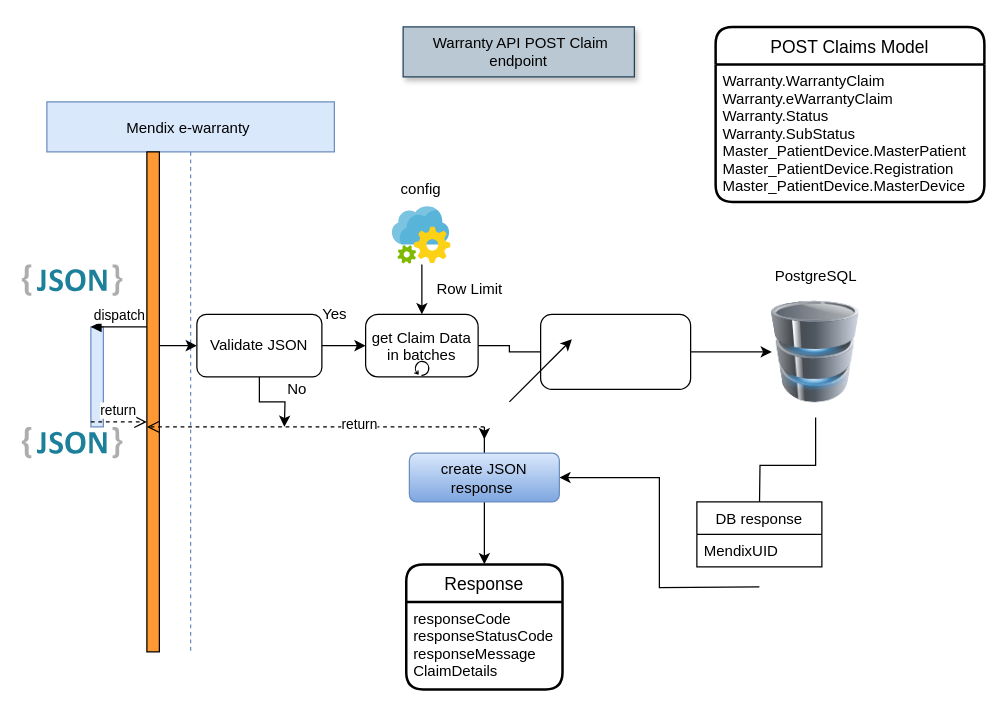
This is Untitled Diagram.drawio from MrMetalAddict/Retail-Mon, a draw.io file, before an edit. Source tidied: cells renumbered, new cells numbered last; positions are measured from the earlier drawing's top-left corner, leaving out a move shared by most shapes. Both pictures are drawn from the tidied source at 125%, with x=0, y=0 at pixel (21, 26).
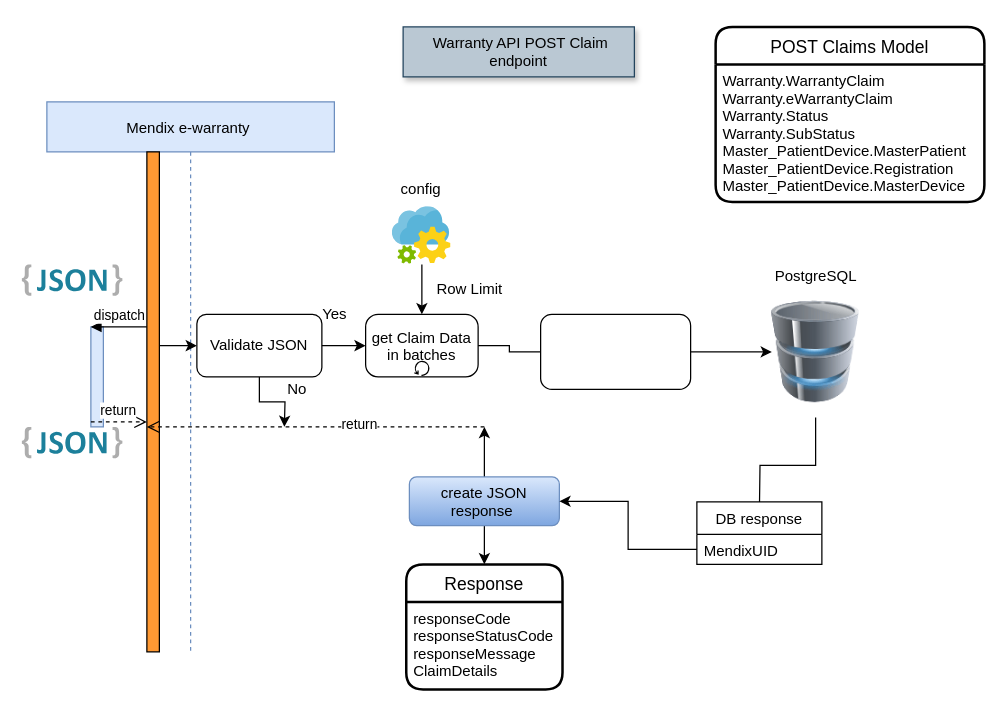
The same page after the edit.

What changed in the source:
```diff
@@
-    <mxCell id="8" style="edgeStyle=orthogonalEdgeStyle;rounded=0;jettySize=auto;html=1;entryX=1;entryY=0.5;entryDx=0;entryDy=0;startArrow=none;" parent="1" edge="1" target="26">
-      <mxGeometry relative="1" as="geometry">
-        <mxPoint x="590" y="448" as="sourcePoint" />
-      </mxGeometry>
-    </mxCell>
@@
-    <mxCell id="25" style="edgeStyle=orthogonalEdgeStyle;rounded=0;jettySize=auto;html=1;exitX=0.5;exitY=0;exitDx=0;exitDy=0;" parent="1" edge="1" source="26">
-      <mxGeometry relative="1" as="geometry">
-        <mxPoint x="370" y="330" as="targetPoint" />
-        <Array as="points">
-          <mxPoint x="370" y="320" />
-          <mxPoint x="370" y="320" />
-        </Array>
-      </mxGeometry>
-    </mxCell>
+    <mxCell id="49" style="edgeStyle=orthogonalEdgeStyle;rounded=0;jettySize=auto;html=1;exitX=0.5;exitY=0;exitDx=0;exitDy=0;" parent="1" edge="1" source="26">
+      <mxGeometry relative="1" as="geometry">
+        <mxPoint x="370" y="320" as="targetPoint" />
+      </mxGeometry>
+    </mxCell>
     <mxCell id="26" value="create JSON response&amp;nbsp;" style="rounded=1;whiteSpace=wrap;html=1;gradientColor=#7ea6e0;fillColor=#dae8fc;strokeColor=#6c8ebf;" parent="1" vertex="1">
-      <mxGeometry x="310" y="341" width="120" height="39" as="geometry" />
+      <mxGeometry x="310" y="360" width="120" height="39" as="geometry" />
     </mxCell>
@@
     <mxCell id="40" value="DB response" style="swimlane;fontStyle=0;horizontal=1;startSize=26;" parent="1" vertex="1">
-      <mxGeometry x="540" y="380" width="100" height="52" as="geometry" />
+      <mxGeometry x="540" y="380" width="100" height="50" as="geometry" />
     </mxCell>
     <mxCell id="41" value="MendixUID" style="text;strokeColor=none;fillColor=none;align=left;verticalAlign=top;spacingLeft=4;spacingRight=4;overflow=hidden;points=[[0,0.5],[1,0.5]];portConstraint=eastwest;" parent="40" vertex="1">
-      <mxGeometry y="26" width="100" height="26" as="geometry" />
+      <mxGeometry y="26" width="100" height="24" as="geometry" />
     </mxCell>
@@
-    <mxCell id="46" style="endArrow=classic;html=1;" parent="1" edge="1">
-      <mxGeometry relative="1" as="geometry">
-        <mxPoint x="390" y="300" as="sourcePoint" />
-        <mxPoint x="440" y="250" as="targetPoint" />
-      </mxGeometry>
-    </mxCell>
@@
+    <mxCell id="50" style="edgeStyle=orthogonalEdgeStyle;rounded=0;jettySize=auto;html=1;exitX=0;exitY=0.5;exitDx=0;exitDy=0;entryX=1;entryY=0.5;entryDx=0;entryDy=0;" parent="1" edge="1" source="41" target="26">
+      <mxGeometry relative="1" as="geometry" />
+    </mxCell>
```
